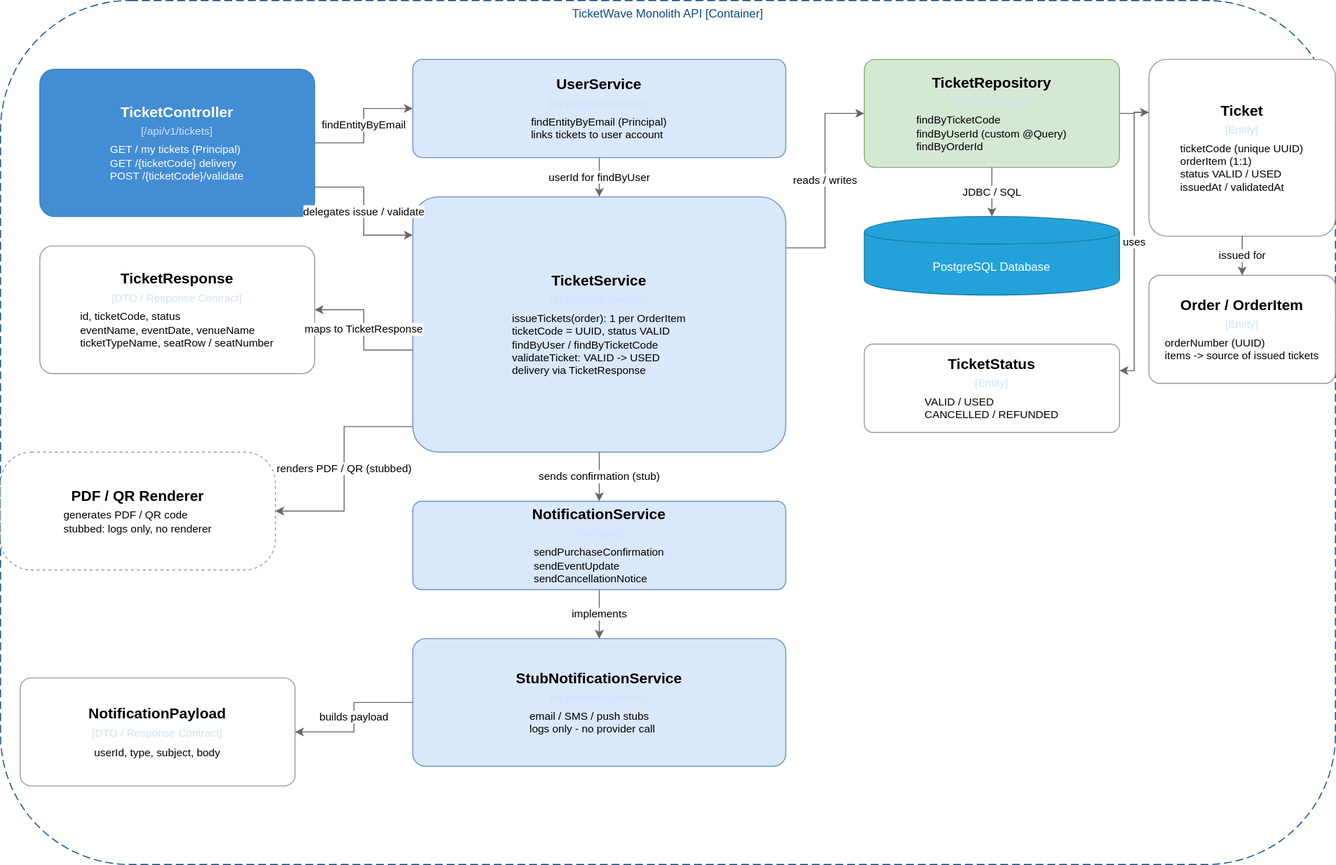
The draw.io diagram diagrams/c4model/ticketwave-c3-digital-ticket-service.drawio.svg in Juanchoque1206/soe-TicketWave, before a commit. Source tidied: cells renumbered, new cells last; positions are measured from the earlier drawing's top-left corner, leaving out a move shared by most shapes.
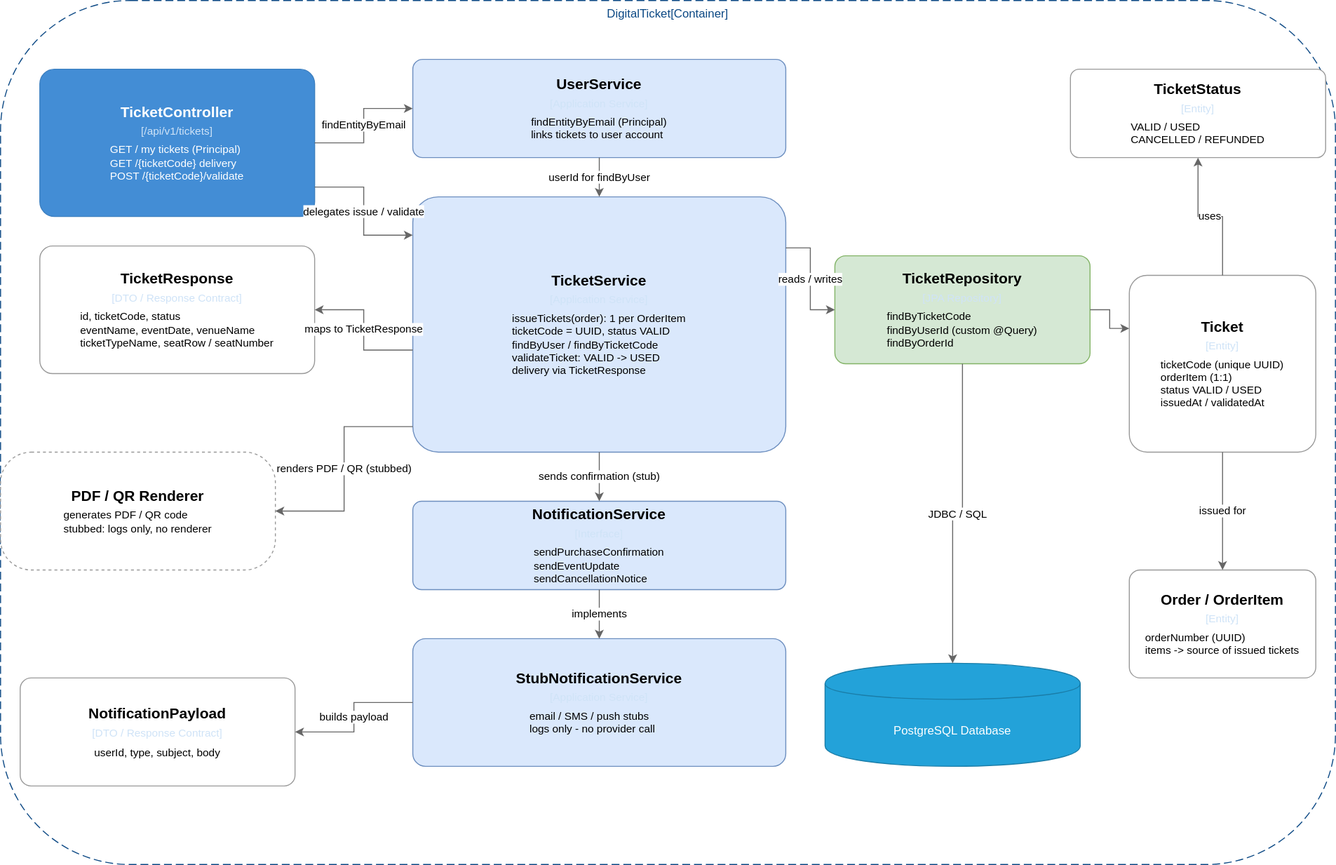
Above is the later version.

Change to the diagram source:
```diff
@@ -2,7 +2,7 @@
   <root>
     <mxCell id="0" />
     <mxCell id="1" parent="0" />
-    <mxCell id="2" value="TicketWave Monolith API [Container]" style="group;rounded=1;whiteSpace=wrap;html=1;dashed=1;strokeColor=#0b4884;fillColor=none;fontColor=#0b4884;dashPattern=8 4;" parent="1" vertex="1">
+    <mxCell id="2" value="DigitalTicket[Container]" style="group;rounded=1;whiteSpace=wrap;html=1;dashed=1;strokeColor=#0b4884;fillColor=none;fontColor=#0b4884;dashPattern=8 4;" parent="1" vertex="1">
       <mxGeometry width="1360" height="880" as="geometry" />
     </mxCell>
     <mxCell id="3" value="&lt;div style=&quot;border-color: rgb(218, 220, 224); font-size: 15px; font-weight: bold; margin-bottom: 4px;&quot;&gt;TicketController&lt;/div&gt;&lt;div style=&quot;border-color: rgb(218, 220, 224); font-size: 11px; color: rgb(207, 227, 247); margin-bottom: 6px;&quot;&gt;[/api/v1/tickets]&lt;/div&gt;&lt;div style=&quot;border-color: rgb(218, 220, 224); font-size: 11px; text-align: left; padding: 0px 14px;&quot;&gt;GET /  my tickets (Principal)&lt;/div&gt;&lt;div style=&quot;border-color: rgb(218, 220, 224); font-size: 11px; text-align: left; padding: 0px 14px;&quot;&gt;GET /{ticketCode}  delivery&lt;/div&gt;&lt;div style=&quot;border-color: rgb(218, 220, 224); font-size: 11px; text-align: left; padding: 0px 14px;&quot;&gt;POST /{ticketCode}/validate&lt;/div&gt;" style="rounded=1;whiteSpace=wrap;html=1;fillColor=#438dd5;strokeColor=#3c7fc0;fontColor=#ffffff;arcSize=10;" parent="1" vertex="1">
@@ -30,19 +30,19 @@
       <mxGeometry x="420" y="650" width="380" height="130" as="geometry" />
     </mxCell>
     <mxCell id="11" value="&lt;div style=&quot;border-color: rgb(218, 220, 224); font-size: 15px; font-weight: bold; margin-bottom: 4px;&quot;&gt;TicketRepository&lt;/div&gt;&lt;div style=&quot;border-color: rgb(218, 220, 224); font-size: 11px; color: rgb(207, 227, 247); margin-bottom: 6px;&quot;&gt;[JPA Repository]&lt;/div&gt;&lt;div style=&quot;border-color: rgb(218, 220, 224); font-size: 11px; text-align: left; padding: 0px 14px;&quot;&gt;findByTicketCode&lt;/div&gt;&lt;div style=&quot;border-color: rgb(218, 220, 224); font-size: 11px; text-align: left; padding: 0px 14px;&quot;&gt;findByUserId (custom @Query)&lt;/div&gt;&lt;div style=&quot;border-color: rgb(218, 220, 224); font-size: 11px; text-align: left; padding: 0px 14px;&quot;&gt;findByOrderId&lt;/div&gt;" style="rounded=1;whiteSpace=wrap;html=1;fillColor=#d5e8d4;strokeColor=#82b366;arcSize=10;" parent="1" vertex="1">
-      <mxGeometry x="880" y="60" width="260" height="110" as="geometry" />
+      <mxGeometry x="850" y="260" width="260" height="110" as="geometry" />
     </mxCell>
     <mxCell id="12" value="PostgreSQL Database" style="shape=cylinder;whiteSpace=wrap;html=1;boundedLbl=1;backgroundOutline=1;fillColor=#23a2d9;strokeColor=#1a7da8;fontColor=#ffffff;" parent="1" vertex="1">
-      <mxGeometry x="880" y="220" width="260" height="80" as="geometry" />
+      <mxGeometry x="840" y="675" width="260" height="105" as="geometry" />
     </mxCell>
     <mxCell id="13" value="&lt;div style=&quot;border-color: rgb(218, 220, 224); font-size: 15px; font-weight: bold; margin-bottom: 4px;&quot;&gt;TicketStatus&lt;/div&gt;&lt;div style=&quot;border-color: rgb(218, 220, 224); font-size: 11px; color: rgb(207, 227, 247); margin-bottom: 6px;&quot;&gt;[Entity]&lt;/div&gt;&lt;div style=&quot;border-color: rgb(218, 220, 224); font-size: 11px; text-align: left; padding: 0px 14px;&quot;&gt;VALID / USED&lt;/div&gt;&lt;div style=&quot;border-color: rgb(218, 220, 224); font-size: 11px; text-align: left; padding: 0px 14px;&quot;&gt;CANCELLED / REFUNDED&lt;/div&gt;" style="rounded=1;whiteSpace=wrap;html=1;fillColor=#ffffff;strokeColor=#999999;arcSize=10;" parent="1" vertex="1">
-      <mxGeometry x="880" y="350" width="260" height="90" as="geometry" />
+      <mxGeometry x="1090" y="70" width="260" height="90" as="geometry" />
     </mxCell>
     <mxCell id="14" value="&lt;div style=&quot;border-color: rgb(218, 220, 224); font-size: 15px; font-weight: bold; margin-bottom: 4px;&quot;&gt;Ticket&lt;/div&gt;&lt;div style=&quot;border-color: rgb(218, 220, 224); font-size: 11px; color: rgb(207, 227, 247); margin-bottom: 6px;&quot;&gt;[Entity]&lt;/div&gt;&lt;div style=&quot;border-color: rgb(218, 220, 224); font-size: 11px; text-align: left; padding: 0px 14px;&quot;&gt;ticketCode (unique UUID)&lt;/div&gt;&lt;div style=&quot;border-color: rgb(218, 220, 224); font-size: 11px; text-align: left; padding: 0px 14px;&quot;&gt;orderItem (1:1)&lt;/div&gt;&lt;div style=&quot;border-color: rgb(218, 220, 224); font-size: 11px; text-align: left; padding: 0px 14px;&quot;&gt;status VALID / USED&lt;/div&gt;&lt;div style=&quot;border-color: rgb(218, 220, 224); font-size: 11px; text-align: left; padding: 0px 14px;&quot;&gt;issuedAt / validatedAt&lt;/div&gt;" style="rounded=1;whiteSpace=wrap;html=1;fillColor=#ffffff;strokeColor=#999999;arcSize=10;" parent="1" vertex="1">
-      <mxGeometry x="1170" y="60" width="190" height="180" as="geometry" />
+      <mxGeometry x="1150" y="280" width="190" height="180" as="geometry" />
     </mxCell>
     <mxCell id="15" value="&lt;div style=&quot;border-color: rgb(218, 220, 224); font-size: 15px; font-weight: bold; margin-bottom: 4px;&quot;&gt;Order / OrderItem&lt;/div&gt;&lt;div style=&quot;border-color: rgb(218, 220, 224); font-size: 11px; color: rgb(207, 227, 247); margin-bottom: 6px;&quot;&gt;[Entity]&lt;/div&gt;&lt;div style=&quot;border-color: rgb(218, 220, 224); font-size: 11px; text-align: left; padding: 0px 14px;&quot;&gt;orderNumber (UUID)&lt;/div&gt;&lt;div style=&quot;border-color: rgb(218, 220, 224); font-size: 11px; text-align: left; padding: 0px 14px;&quot;&gt;items -&gt; source of issued tickets&lt;/div&gt;" style="rounded=1;whiteSpace=wrap;html=1;fillColor=#ffffff;strokeColor=#999999;arcSize=10;" parent="1" vertex="1">
-      <mxGeometry x="1170" y="280" width="190" height="110" as="geometry" />
+      <mxGeometry x="1150" y="580" width="190" height="110" as="geometry" />
     </mxCell>
     <mxCell id="16" value="findEntityByEmail" style="edgeStyle=orthogonalEdgeStyle;rounded=0;html=1;strokeColor=#666666;exitX=1;exitY=0.5;entryX=0;entryY=0.5;" parent="1" edge="1" source="3" target="7">
       <mxGeometry relative="1" as="geometry" />
@@ -77,7 +77,7 @@
     <mxCell id="26" value="issued for" style="edgeStyle=orthogonalEdgeStyle;rounded=0;html=1;strokeColor=#666666;exitX=0.5;exitY=1;entryX=0.5;entryY=0;" parent="1" edge="1" source="14" target="15">
       <mxGeometry relative="1" as="geometry" />
     </mxCell>
-    <mxCell id="27" value="uses" style="edgeStyle=orthogonalEdgeStyle;rounded=0;html=1;strokeColor=#666666;exitX=0;exitY=0.3;entryX=1;entryY=0.3;" parent="1" edge="1" source="14" target="13">
+    <mxCell id="27" value="uses" style="edgeStyle=orthogonalEdgeStyle;rounded=0;html=1;strokeColor=#666666;exitX=0.5;exitY=0;entryX=0.5;entryY=1;entryDx=0;entryDy=0;exitDx=0;exitDy=0;" parent="1" edge="1" source="14" target="13">
       <mxGeometry relative="1" as="geometry" />
     </mxCell>
     <mxCell id="28" value="JDBC / SQL" style="edgeStyle=orthogonalEdgeStyle;rounded=0;html=1;strokeColor=#666666;exitX=0.5;exitY=1;entryX=0.5;entryY=0;" parent="1" edge="1" source="11" target="12">
```
